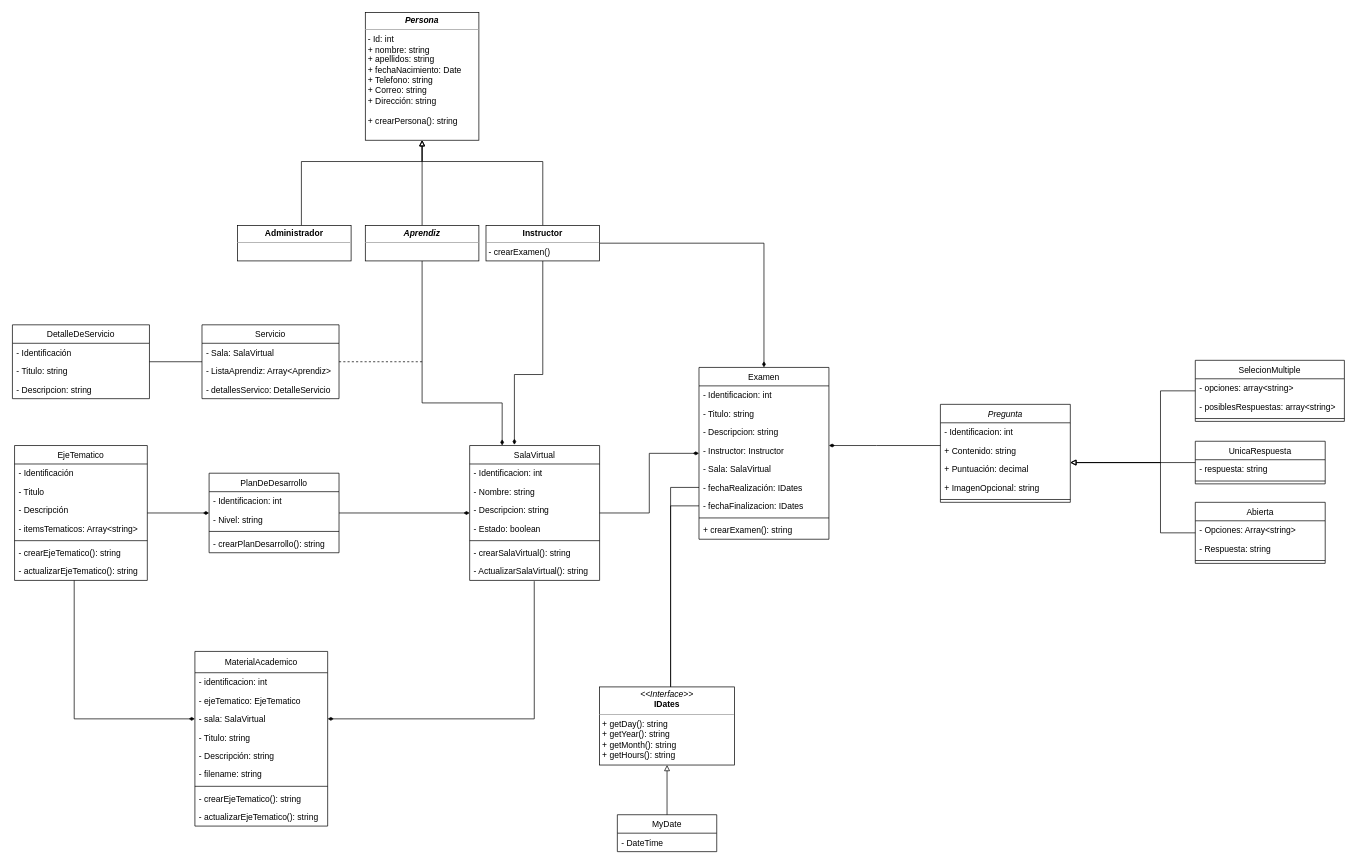
This is StarDriver.domain.core/ddd-diagram.dio from Roybermahe/StarDriver, a draw.io file, before an edit. Source tidied: cells renumbered, new cells numbered last; positions are measured from the earlier drawing's top-left corner, leaving out a move shared by most shapes. Both pictures are drawn from the tidied source at 71%, with x=0, y=0 at pixel (12, 12).
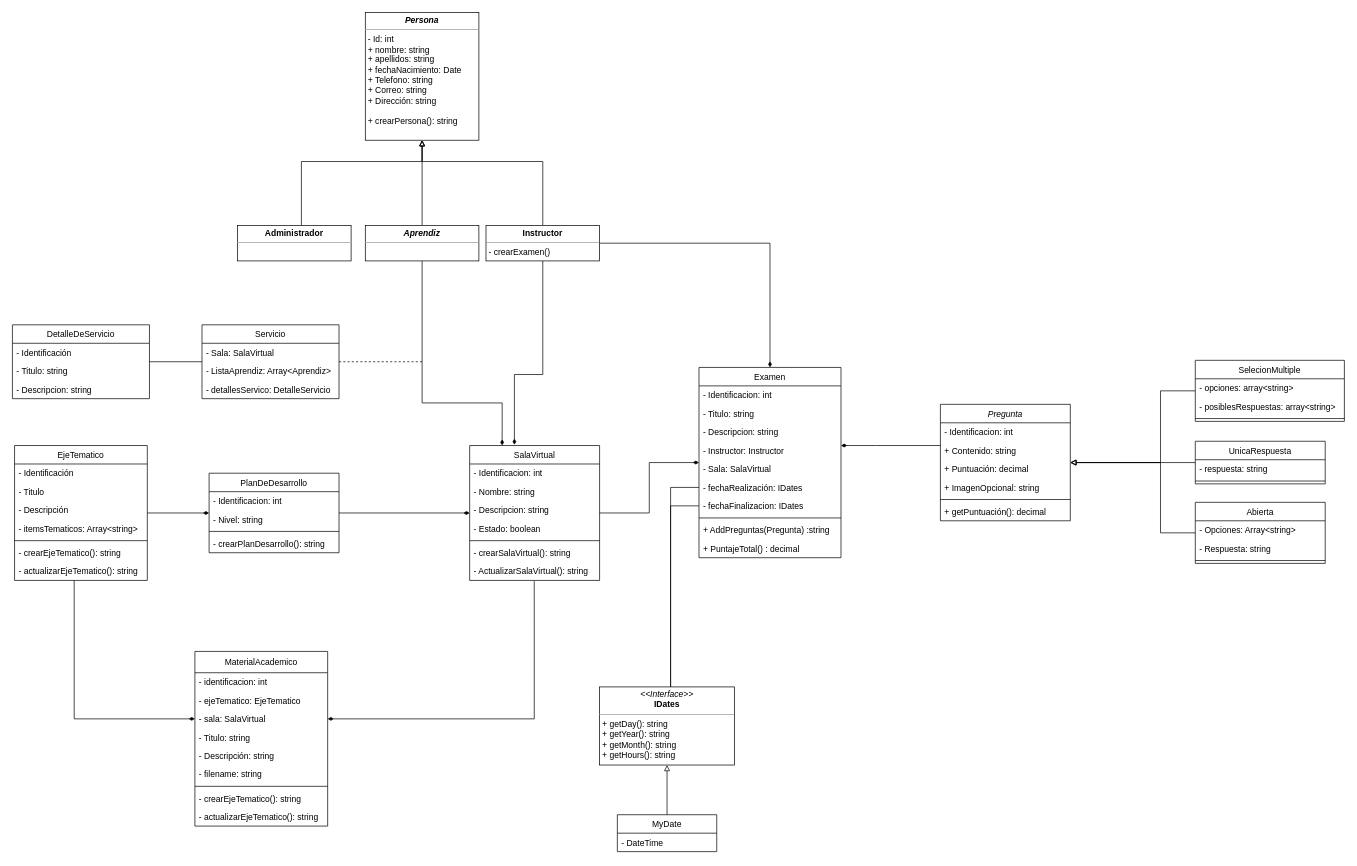
Above is the later version.

What changed in the source:
```diff
@@
     <mxCell id="59" value="Examen" style="swimlane;fontStyle=0;horizontal=1;startSize=26;fillColor=none;" parent="1" vertex="1">
-      <mxGeometry x="967" y="500" width="183" height="242" as="geometry" />
+      <mxGeometry x="967" y="500" width="200" height="268" as="geometry" />
     </mxCell>
     <mxCell id="60" value="- Identificacion: int" style="text;strokeColor=none;fillColor=none;align=left;verticalAlign=top;spacingLeft=4;spacingRight=4;overflow=hidden;" parent="59" vertex="1">
-      <mxGeometry y="26" width="183" height="26" as="geometry" />
+      <mxGeometry y="26" width="200" height="26" as="geometry" />
     </mxCell>
     <mxCell id="61" value="- Titulo: string" style="text;strokeColor=none;fillColor=none;align=left;verticalAlign=top;spacingLeft=4;spacingRight=4;overflow=hidden;" parent="59" vertex="1">
-      <mxGeometry y="52" width="183" height="26" as="geometry" />
+      <mxGeometry y="52" width="200" height="26" as="geometry" />
     </mxCell>
     <mxCell id="62" value="- Descripcion: string&#10;&#10;&#10;" style="text;strokeColor=none;fillColor=none;align=left;verticalAlign=top;spacingLeft=4;spacingRight=4;overflow=hidden;" parent="59" vertex="1">
-      <mxGeometry y="78" width="183" height="26" as="geometry" />
+      <mxGeometry y="78" width="200" height="26" as="geometry" />
     </mxCell>
     <mxCell id="63" value="- Instructor: Instructor" style="text;strokeColor=none;fillColor=none;align=left;verticalAlign=top;spacingLeft=4;spacingRight=4;overflow=hidden;" parent="59" vertex="1">
-      <mxGeometry y="104" width="183" height="26" as="geometry" />
+      <mxGeometry y="104" width="200" height="26" as="geometry" />
     </mxCell>
     <mxCell id="64" value="- Sala: SalaVirtual" style="text;strokeColor=none;fillColor=none;align=left;verticalAlign=top;spacingLeft=4;spacingRight=4;overflow=hidden;" parent="59" vertex="1">
-      <mxGeometry y="130" width="183" height="26" as="geometry" />
+      <mxGeometry y="130" width="200" height="26" as="geometry" />
     </mxCell>
     <mxCell id="65" value="- fechaRealización: IDates" style="text;strokeColor=none;fillColor=none;align=left;verticalAlign=top;spacingLeft=4;spacingRight=4;overflow=hidden;points=[[0,0.5],[1,0.5]];portConstraint=eastwest;" parent="59" vertex="1">
-      <mxGeometry y="156" width="183" height="26" as="geometry" />
+      <mxGeometry y="156" width="200" height="26" as="geometry" />
     </mxCell>
     <mxCell id="66" value="- fechaFinalizacion: IDates" style="text;strokeColor=none;fillColor=none;align=left;verticalAlign=top;spacingLeft=4;spacingRight=4;overflow=hidden;points=[[0,0.5],[1,0.5]];portConstraint=eastwest;" parent="59" vertex="1">
-      <mxGeometry y="182" width="183" height="26" as="geometry" />
+      <mxGeometry y="182" width="200" height="26" as="geometry" />
     </mxCell>
     <mxCell id="67" style="line;strokeWidth=1;fillColor=none;align=left;verticalAlign=middle;spacingTop=-1;spacingLeft=3;spacingRight=3;labelPosition=right;" parent="59" vertex="1">
-      <mxGeometry y="208" width="183" height="8" as="geometry" />
+      <mxGeometry y="208" width="200" height="8" as="geometry" />
     </mxCell>
-    <mxCell id="68" value="+ crearExamen(): string" style="text;strokeColor=none;fillColor=none;align=left;verticalAlign=top;spacingLeft=4;spacingRight=4;overflow=hidden;" parent="59" vertex="1">
-      <mxGeometry y="216" width="183" height="26" as="geometry" />
+    <mxCell id="68" value="+ AddPreguntas(Pregunta) :string" style="text;strokeColor=none;fillColor=none;align=left;verticalAlign=top;spacingLeft=4;spacingRight=4;overflow=hidden;" parent="59" vertex="1">
+      <mxGeometry y="216" width="200" height="26" as="geometry" />
     </mxCell>
+    <mxCell id="95" value="+ PuntajeTotal() : decimal" style="text;strokeColor=none;fillColor=none;align=left;verticalAlign=top;spacingLeft=4;spacingRight=4;overflow=hidden;" parent="59" vertex="1">
+      <mxGeometry y="242" width="200" height="26" as="geometry" />
+    </mxCell>
@@
     <mxCell id="78" value="Pregunta" style="swimlane;fontStyle=2;horizontal=1;startSize=26;fillColor=none;" parent="1" vertex="1">
-      <mxGeometry x="1307" y="552" width="183" height="138" as="geometry" />
+      <mxGeometry x="1307" y="552" width="183" height="164" as="geometry" />
     </mxCell>
@@
+    <mxCell id="96" value="+ getPuntuación(): decimal" style="text;strokeColor=none;fillColor=none;align=left;verticalAlign=top;spacingLeft=4;spacingRight=4;overflow=hidden;" parent="78" vertex="1">
+      <mxGeometry y="138" width="183" height="26" as="geometry" />
+    </mxCell>
```
